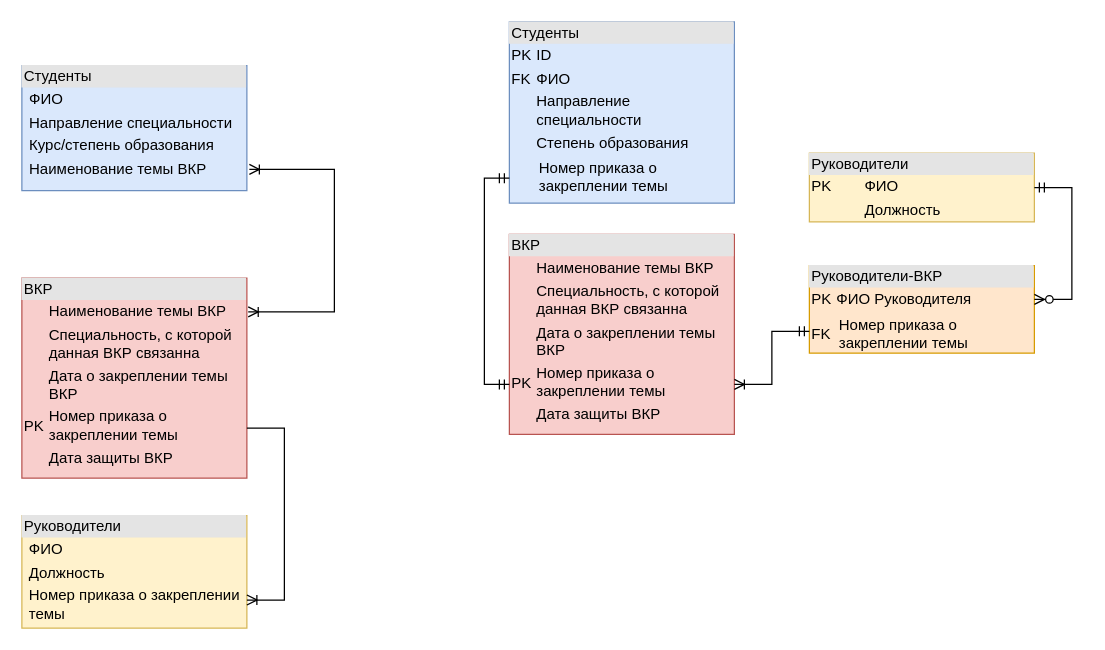
Before: Летняя практика 2023.drawio in Sandwich9976/API-s, a draw.io diagram. Source tidied: cells renumbered, new cells numbered last; positions are measured from the earlier drawing's top-left corner, leaving out a move shared by most shapes. Both pictures are drawn from the tidied source at 125%, with x=0, y=0 at pixel (21, 21).
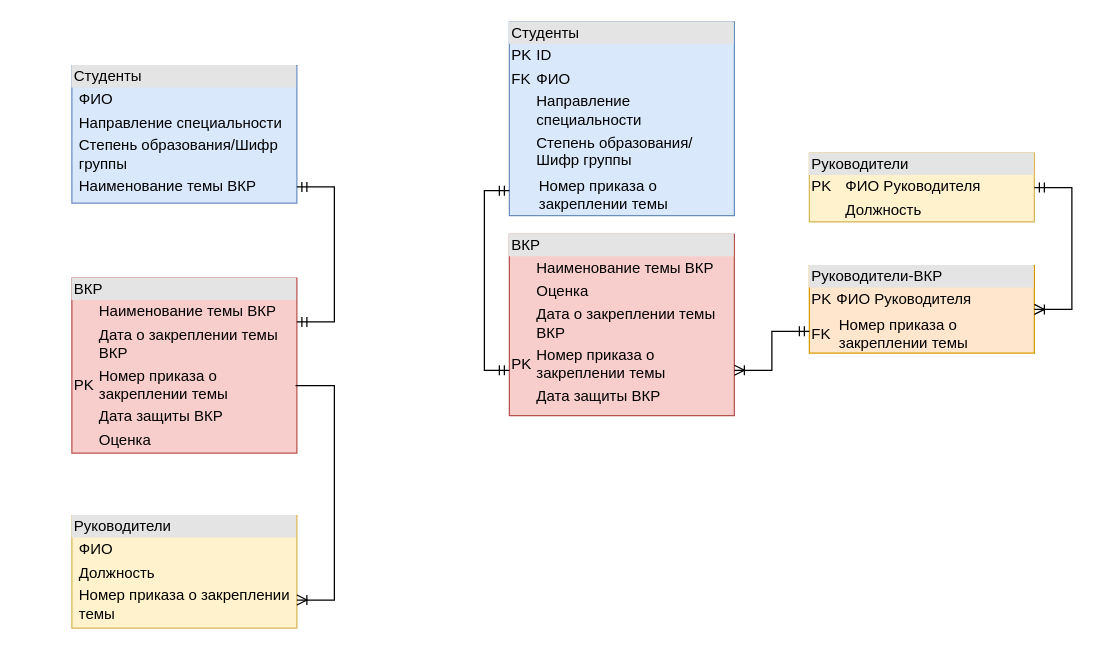
Above is the later version.

Diff of the diagram source:
```diff
@@
 <mxGraphModel>
   <root>
     <mxCell id="0" />
     <mxCell id="1" parent="0" />
-    <mxCell id="2" value="&lt;div style=&quot;box-sizing:border-box;width:100%;background:#e4e4e4;padding:2px;&quot;&gt;Студенты&lt;/div&gt;&lt;table style=&quot;width:100%;font-size:1em;&quot; cellpadding=&quot;2&quot; cellspacing=&quot;0&quot;&gt;&lt;tbody&gt;&lt;tr&gt;&lt;td&gt;&lt;br&gt;&lt;/td&gt;&lt;td&gt;ФИО&lt;br&gt;&lt;/td&gt;&lt;/tr&gt;&lt;tr&gt;&lt;td&gt;&lt;br&gt;&lt;/td&gt;&lt;td&gt;Направление специальности&lt;br&gt;&lt;/td&gt;&lt;/tr&gt;&lt;tr&gt;&lt;td&gt;&lt;/td&gt;&lt;td&gt;Курс/степень образования&lt;br&gt;&lt;/td&gt;&lt;/tr&gt;&lt;tr&gt;&lt;td&gt;&lt;br&gt;&lt;/td&gt;&lt;td&gt;Наименование темы ВКР&lt;br&gt;&lt;/td&gt;&lt;/tr&gt;&lt;/tbody&gt;&lt;/table&gt;" style="verticalAlign=top;align=left;overflow=fill;html=1;whiteSpace=wrap;fillColor=#dae8fc;strokeColor=#6c8ebf;" parent="1" vertex="1">
-      <mxGeometry y="35" width="180" height="100" as="geometry" />
+    <mxCell id="2" value="&lt;div style=&quot;box-sizing:border-box;width:100%;background:#e4e4e4;padding:2px;&quot;&gt;Студенты&lt;/div&gt;&lt;table style=&quot;width:100%;font-size:1em;&quot; cellpadding=&quot;2&quot; cellspacing=&quot;0&quot;&gt;&lt;tbody&gt;&lt;tr&gt;&lt;td&gt;&lt;br&gt;&lt;/td&gt;&lt;td&gt;ФИО&lt;br&gt;&lt;/td&gt;&lt;/tr&gt;&lt;tr&gt;&lt;td&gt;&lt;br&gt;&lt;/td&gt;&lt;td&gt;Направление специальности&lt;br&gt;&lt;/td&gt;&lt;/tr&gt;&lt;tr&gt;&lt;td&gt;&lt;/td&gt;&lt;td&gt;Cтепень образования/Шифр группы&lt;br&gt;&lt;/td&gt;&lt;/tr&gt;&lt;tr&gt;&lt;td&gt;&lt;br&gt;&lt;/td&gt;&lt;td&gt;Наименование темы ВКР&lt;br&gt;&lt;/td&gt;&lt;/tr&gt;&lt;/tbody&gt;&lt;/table&gt;" style="verticalAlign=top;align=left;overflow=fill;html=1;whiteSpace=wrap;fillColor=#dae8fc;strokeColor=#6c8ebf;" parent="1" vertex="1">
+      <mxGeometry x="40" y="35" width="180" height="110" as="geometry" />
     </mxCell>
     <mxCell id="3" value="&lt;div style=&quot;box-sizing:border-box;width:100%;background:#e4e4e4;padding:2px;&quot;&gt;Руководители&lt;/div&gt;&lt;table style=&quot;width:100%;font-size:1em;&quot; cellpadding=&quot;2&quot; cellspacing=&quot;0&quot;&gt;&lt;tbody&gt;&lt;tr&gt;&lt;td&gt;&lt;br&gt;&lt;/td&gt;&lt;td&gt;ФИО&lt;br&gt;&lt;/td&gt;&lt;/tr&gt;&lt;tr&gt;&lt;td&gt;&lt;br&gt;&lt;/td&gt;&lt;td&gt;Должность&lt;br&gt;&lt;/td&gt;&lt;/tr&gt;&lt;tr&gt;&lt;td&gt;&lt;/td&gt;&lt;td&gt;Номер приказа о закреплении темы&lt;br&gt;&lt;/td&gt;&lt;/tr&gt;&lt;/tbody&gt;&lt;/table&gt;" style="verticalAlign=top;align=left;overflow=fill;html=1;whiteSpace=wrap;fillColor=#fff2cc;strokeColor=#d6b656;" parent="1" vertex="1">
-      <mxGeometry y="395" width="180" height="90" as="geometry" />
+      <mxGeometry x="40" y="395" width="180" height="90" as="geometry" />
     </mxCell>
-    <mxCell id="4" value="&lt;div style=&quot;box-sizing:border-box;width:100%;background:#e4e4e4;padding:2px;&quot;&gt;ВКР&lt;br&gt;&lt;/div&gt;&lt;table style=&quot;width:100%;font-size:1em;&quot; cellpadding=&quot;2&quot; cellspacing=&quot;0&quot;&gt;&lt;tbody&gt;&lt;tr&gt;&lt;td&gt;&lt;br&gt;&lt;/td&gt;&lt;td&gt;Наименование темы ВКР&lt;br&gt;&lt;/td&gt;&lt;/tr&gt;&lt;tr&gt;&lt;td&gt;&lt;br&gt;&lt;/td&gt;&lt;td&gt;Специальность, с которой данная ВКР связанна&lt;br&gt;&lt;/td&gt;&lt;/tr&gt;&lt;tr&gt;&lt;td&gt;&lt;br&gt;&lt;/td&gt;&lt;td&gt;Дата о закреплении темы ВКР&lt;br&gt;&lt;/td&gt;&lt;/tr&gt;&lt;tr&gt;&lt;td&gt;PK&lt;br&gt;&lt;/td&gt;&lt;td&gt;Номер приказа о закреплении темы&lt;/td&gt;&lt;/tr&gt;&lt;tr&gt;&lt;td&gt;&lt;br&gt;&lt;/td&gt;&lt;td&gt;Дата защиты ВКР&lt;br&gt;&lt;/td&gt;&lt;/tr&gt;&lt;/tbody&gt;&lt;/table&gt;" style="verticalAlign=top;align=left;overflow=fill;html=1;whiteSpace=wrap;fillColor=#f8cecc;strokeColor=#b85450;" parent="1" vertex="1">
-      <mxGeometry y="205" width="180" height="160" as="geometry" />
+    <mxCell id="4" value="&lt;div style=&quot;box-sizing:border-box;width:100%;background:#e4e4e4;padding:2px;&quot;&gt;ВКР&lt;br&gt;&lt;/div&gt;&lt;table style=&quot;width:100%;font-size:1em;&quot; cellpadding=&quot;2&quot; cellspacing=&quot;0&quot;&gt;&lt;tbody&gt;&lt;tr&gt;&lt;td&gt;&lt;br&gt;&lt;/td&gt;&lt;td&gt;Наименование темы ВКР&lt;br&gt;&lt;/td&gt;&lt;/tr&gt;&lt;tr&gt;&lt;td&gt;&lt;br&gt;&lt;/td&gt;&lt;td&gt;Дата о закреплении темы ВКР&lt;br&gt;&lt;/td&gt;&lt;/tr&gt;&lt;tr&gt;&lt;td&gt;PK&lt;br&gt;&lt;/td&gt;&lt;td&gt;Номер приказа о закреплении темы&lt;/td&gt;&lt;/tr&gt;&lt;tr&gt;&lt;td&gt;&lt;br&gt;&lt;/td&gt;&lt;td&gt;Дата защиты ВКР&lt;br&gt;&lt;/td&gt;&lt;/tr&gt;&lt;tr&gt;&lt;td&gt;&lt;br&gt;&lt;/td&gt;&lt;td&gt;Оценка&lt;br&gt;&lt;/td&gt;&lt;/tr&gt;&lt;/tbody&gt;&lt;/table&gt;" style="verticalAlign=top;align=left;overflow=fill;html=1;whiteSpace=wrap;fillColor=#f8cecc;strokeColor=#b85450;" parent="1" vertex="1">
+      <mxGeometry x="40" y="205" width="180" height="140" as="geometry" />
     </mxCell>
-    <mxCell id="5" style="edgeStyle=orthogonalEdgeStyle;fontSize=12;html=1;endArrow=ERoneToMany;startArrow=ERoneToMany;rounded=0;entryX=1.011;entryY=0.83;entryDx=0;entryDy=0;entryPerimeter=0;exitX=1.006;exitY=0.169;exitDx=0;exitDy=0;exitPerimeter=0;" parent="1" edge="1" source="4" target="2">
-      <mxGeometry relative="1" as="geometry">
-        <Array as="points">
-          <mxPoint x="250" y="232" />
-          <mxPoint x="250" y="118" />
-        </Array>
-      </mxGeometry>
-    </mxCell>
-    <mxCell id="6" style="edgeStyle=entityRelationEdgeStyle;fontSize=12;html=1;endArrow=ERoneToMany;rounded=0;exitX=1;exitY=0.75;exitDx=0;exitDy=0;entryX=1;entryY=0.75;entryDx=0;entryDy=0;" parent="1" edge="1" source="4" target="3">
-      <mxGeometry relative="1" as="geometry" />
+    <mxCell id="6" style="fontSize=12;html=1;endArrow=ERoneToMany;rounded=0;entryX=1;entryY=0.75;entryDx=0;entryDy=0;exitX=0.994;exitY=0.614;exitDx=0;exitDy=0;exitPerimeter=0;edgeStyle=orthogonalEdgeStyle;" parent="1" edge="1" source="4" target="3">
+      <mxGeometry relative="1" as="geometry">
+        <Array as="points">
+          <mxPoint x="250" y="291" />
+          <mxPoint x="250" y="463" />
+        </Array>
+      </mxGeometry>
     </mxCell>
-    <mxCell id="7" value="&lt;div style=&quot;box-sizing:border-box;width:100%;background:#e4e4e4;padding:2px;&quot;&gt;Студенты&lt;/div&gt;&lt;table style=&quot;width:100%;font-size:1em;&quot; cellpadding=&quot;2&quot; cellspacing=&quot;0&quot;&gt;&lt;tbody&gt;&lt;tr&gt;&lt;td&gt;PK&lt;br&gt;&lt;/td&gt;&lt;td&gt;ID&lt;br&gt;&lt;/td&gt;&lt;/tr&gt;&lt;tr&gt;&lt;td&gt;FK&lt;br&gt;&lt;/td&gt;&lt;td&gt;ФИО&lt;br&gt;&lt;/td&gt;&lt;/tr&gt;&lt;tr&gt;&lt;td&gt;&lt;br&gt;&lt;/td&gt;&lt;td&gt;Направление специальности&lt;br&gt;&lt;/td&gt;&lt;/tr&gt;&lt;tr&gt;&lt;td&gt;&lt;/td&gt;&lt;td&gt;Степень образования&lt;br&gt;&lt;/td&gt;&lt;/tr&gt;&lt;tr&gt;&lt;td&gt;&lt;br&gt;&lt;/td&gt;&lt;td&gt;&lt;table cellpadding=&quot;2&quot; cellspacing=&quot;0&quot;&gt;&lt;tbody&gt;&lt;tr&gt;&lt;td&gt;Номер приказа о закреплении темы&lt;/td&gt;&lt;/tr&gt;&lt;/tbody&gt;&lt;/table&gt;&lt;/td&gt;&lt;/tr&gt;&lt;/tbody&gt;&lt;/table&gt;" style="verticalAlign=top;align=left;overflow=fill;html=1;whiteSpace=wrap;fillColor=#dae8fc;strokeColor=#6c8ebf;" parent="1" vertex="1">
-      <mxGeometry x="390" width="180" height="145" as="geometry" />
+    <mxCell id="7" value="&lt;div style=&quot;box-sizing:border-box;width:100%;background:#e4e4e4;padding:2px;&quot;&gt;Студенты&lt;/div&gt;&lt;table style=&quot;width:100%;font-size:1em;&quot; cellpadding=&quot;2&quot; cellspacing=&quot;0&quot;&gt;&lt;tbody&gt;&lt;tr&gt;&lt;td&gt;PK&lt;br&gt;&lt;/td&gt;&lt;td&gt;ID&lt;br&gt;&lt;/td&gt;&lt;/tr&gt;&lt;tr&gt;&lt;td&gt;FK&lt;br&gt;&lt;/td&gt;&lt;td&gt;ФИО&lt;br&gt;&lt;/td&gt;&lt;/tr&gt;&lt;tr&gt;&lt;td&gt;&lt;br&gt;&lt;/td&gt;&lt;td&gt;Направление специальности&lt;br&gt;&lt;/td&gt;&lt;/tr&gt;&lt;tr&gt;&lt;td&gt;&lt;/td&gt;&lt;td&gt;Cтепень образования/Шифр группы&lt;/td&gt;&lt;/tr&gt;&lt;tr&gt;&lt;td&gt;&lt;br&gt;&lt;/td&gt;&lt;td&gt;&lt;table cellpadding=&quot;2&quot; cellspacing=&quot;0&quot;&gt;&lt;tbody&gt;&lt;tr&gt;&lt;td&gt;Номер приказа о закреплении темы&lt;/td&gt;&lt;/tr&gt;&lt;/tbody&gt;&lt;/table&gt;&lt;/td&gt;&lt;/tr&gt;&lt;/tbody&gt;&lt;/table&gt;" style="verticalAlign=top;align=left;overflow=fill;html=1;whiteSpace=wrap;fillColor=#dae8fc;strokeColor=#6c8ebf;" parent="1" vertex="1">
+      <mxGeometry x="390" width="180" height="155" as="geometry" />
     </mxCell>
-    <mxCell id="8" value="&lt;div style=&quot;box-sizing:border-box;width:100%;background:#e4e4e4;padding:2px;&quot;&gt;Руководители&lt;/div&gt;&lt;table style=&quot;width:100%;font-size:1em;&quot; cellpadding=&quot;2&quot; cellspacing=&quot;0&quot;&gt;&lt;tbody&gt;&lt;tr&gt;&lt;td&gt;PK&lt;br&gt;&lt;/td&gt;&lt;td&gt;ФИО&lt;br&gt;&lt;/td&gt;&lt;/tr&gt;&lt;tr&gt;&lt;td&gt;&lt;br&gt;&lt;/td&gt;&lt;td&gt;Должность&lt;br&gt;&lt;/td&gt;&lt;/tr&gt;&lt;/tbody&gt;&lt;/table&gt;" style="verticalAlign=top;align=left;overflow=fill;html=1;whiteSpace=wrap;fillColor=#fff2cc;strokeColor=#d6b656;" parent="1" vertex="1">
+    <mxCell id="8" value="&lt;div style=&quot;box-sizing:border-box;width:100%;background:#e4e4e4;padding:2px;&quot;&gt;Руководители&lt;/div&gt;&lt;table style=&quot;width:100%;font-size:1em;&quot; cellpadding=&quot;2&quot; cellspacing=&quot;0&quot;&gt;&lt;tbody&gt;&lt;tr&gt;&lt;td&gt;PK&lt;br&gt;&lt;/td&gt;&lt;td&gt;ФИО Руководителя&lt;br&gt;&lt;/td&gt;&lt;/tr&gt;&lt;tr&gt;&lt;td&gt;&lt;br&gt;&lt;/td&gt;&lt;td&gt;Должность&lt;br&gt;&lt;/td&gt;&lt;/tr&gt;&lt;/tbody&gt;&lt;/table&gt;" style="verticalAlign=top;align=left;overflow=fill;html=1;whiteSpace=wrap;fillColor=#fff2cc;strokeColor=#d6b656;" parent="1" vertex="1">
       <mxGeometry x="630" y="105" width="180" height="55" as="geometry" />
     </mxCell>
-    <mxCell id="9" value="&lt;div style=&quot;box-sizing:border-box;width:100%;background:#e4e4e4;padding:2px;&quot;&gt;ВКР&lt;br&gt;&lt;/div&gt;&lt;table style=&quot;width:100%;font-size:1em;&quot; cellpadding=&quot;2&quot; cellspacing=&quot;0&quot;&gt;&lt;tbody&gt;&lt;tr&gt;&lt;td&gt;&lt;br&gt;&lt;/td&gt;&lt;td&gt;Наименование темы ВКР&lt;br&gt;&lt;/td&gt;&lt;/tr&gt;&lt;tr&gt;&lt;td&gt;&lt;br&gt;&lt;/td&gt;&lt;td&gt;Специальность, с которой данная ВКР связанна&lt;br&gt;&lt;/td&gt;&lt;/tr&gt;&lt;tr&gt;&lt;td&gt;&lt;br&gt;&lt;/td&gt;&lt;td&gt;Дата о закреплении темы ВКР&lt;br&gt;&lt;/td&gt;&lt;/tr&gt;&lt;tr&gt;&lt;td&gt;PK&lt;br&gt;&lt;/td&gt;&lt;td&gt;Номер приказа о закреплении темы&lt;/td&gt;&lt;/tr&gt;&lt;tr&gt;&lt;td&gt;&lt;br&gt;&lt;/td&gt;&lt;td&gt;Дата защиты ВКР&lt;br&gt;&lt;/td&gt;&lt;/tr&gt;&lt;/tbody&gt;&lt;/table&gt;" style="verticalAlign=top;align=left;overflow=fill;html=1;whiteSpace=wrap;fillColor=#f8cecc;strokeColor=#b85450;" parent="1" vertex="1">
-      <mxGeometry x="390" y="170" width="180" height="160" as="geometry" />
+    <mxCell id="9" value="&lt;div style=&quot;box-sizing:border-box;width:100%;background:#e4e4e4;padding:2px;&quot;&gt;ВКР&lt;br&gt;&lt;/div&gt;&lt;table style=&quot;width:100%;font-size:1em;&quot; cellpadding=&quot;2&quot; cellspacing=&quot;0&quot;&gt;&lt;tbody&gt;&lt;tr&gt;&lt;td&gt;&lt;br&gt;&lt;/td&gt;&lt;td&gt;Наименование темы ВКР&lt;br&gt;&lt;/td&gt;&lt;/tr&gt;&lt;tr&gt;&lt;td&gt;&lt;br&gt;&lt;/td&gt;&lt;td&gt;Оценка&lt;br&gt;&lt;/td&gt;&lt;/tr&gt;&lt;tr&gt;&lt;td&gt;&lt;br&gt;&lt;/td&gt;&lt;td&gt;Дата о закреплении темы ВКР&lt;br&gt;&lt;/td&gt;&lt;/tr&gt;&lt;tr&gt;&lt;td&gt;PK&lt;br&gt;&lt;/td&gt;&lt;td&gt;Номер приказа о закреплении темы&lt;/td&gt;&lt;/tr&gt;&lt;tr&gt;&lt;td&gt;&lt;br&gt;&lt;/td&gt;&lt;td&gt;Дата защиты ВКР&lt;br&gt;&lt;/td&gt;&lt;/tr&gt;&lt;/tbody&gt;&lt;/table&gt;" style="verticalAlign=top;align=left;overflow=fill;html=1;whiteSpace=wrap;fillColor=#f8cecc;strokeColor=#b85450;" parent="1" vertex="1">
+      <mxGeometry x="390" y="170" width="180" height="145" as="geometry" />
     </mxCell>
     <mxCell id="10" value="&lt;div style=&quot;box-sizing:border-box;width:100%;background:#e4e4e4;padding:2px;&quot;&gt;Руководители-ВКР&lt;/div&gt;&lt;table style=&quot;width:100%;font-size:1em;&quot; cellpadding=&quot;2&quot; cellspacing=&quot;0&quot;&gt;&lt;tbody&gt;&lt;tr&gt;&lt;td&gt;PK&lt;br&gt;&lt;/td&gt;&lt;td&gt;ФИО Руководителя&lt;br&gt;&lt;/td&gt;&lt;/tr&gt;&lt;tr&gt;&lt;td&gt;FK&lt;br&gt;&lt;/td&gt;&lt;td&gt;&lt;table cellpadding=&quot;2&quot; cellspacing=&quot;0&quot;&gt;&lt;tbody&gt;&lt;tr&gt;&lt;td&gt;Номер приказа о закреплении темы&lt;/td&gt;&lt;/tr&gt;&lt;/tbody&gt;&lt;/table&gt;&lt;/td&gt;&lt;/tr&gt;&lt;/tbody&gt;&lt;/table&gt;" style="verticalAlign=top;align=left;overflow=fill;html=1;whiteSpace=wrap;fillColor=#ffe6cc;strokeColor=#d79b00;" parent="1" vertex="1">
       <mxGeometry x="630" y="195" width="180" height="70" as="geometry" />
     </mxCell>
     <mxCell id="11" style="edgeStyle=orthogonalEdgeStyle;fontSize=12;html=1;endArrow=ERmandOne;startArrow=ERmandOne;rounded=0;exitX=0;exitY=0.75;exitDx=0;exitDy=0;" parent="1" edge="1" source="9" target="7">
       <mxGeometry relative="1" as="geometry">
         <Array as="points">
-          <mxPoint x="370" y="290" />
-          <mxPoint x="370" y="125" />
+          <mxPoint x="370" y="279" />
+          <mxPoint x="370" y="135" />
         </Array>
       </mxGeometry>
     </mxCell>
     <mxCell id="12" style="edgeStyle=entityRelationEdgeStyle;fontSize=12;html=1;endArrow=ERoneToMany;startArrow=ERmandOne;rounded=0;exitX=0;exitY=0.75;exitDx=0;exitDy=0;entryX=1;entryY=0.75;entryDx=0;entryDy=0;" parent="1" edge="1" source="10" target="9">
       <mxGeometry relative="1" as="geometry" />
     </mxCell>
+    <mxCell id="5" style="edgeStyle=entityRelationEdgeStyle;fontSize=12;html=1;endArrow=ERmandOne;startArrow=ERmandOne;rounded=0;entryX=1;entryY=0.882;entryDx=0;entryDy=0;exitX=1;exitY=0.25;exitDx=0;exitDy=0;entryPerimeter=0;" parent="1" edge="1" source="4" target="2">
+      <mxGeometry relative="1" as="geometry">
+        <Array as="points">
+          <mxPoint x="230" y="155" />
+        </Array>
+      </mxGeometry>
+    </mxCell>
-    <mxCell id="13" style="edgeStyle=entityRelationEdgeStyle;fontSize=12;html=1;endArrow=ERzeroToMany;startArrow=ERmandOne;rounded=0;exitX=1;exitY=0.5;exitDx=0;exitDy=0;entryX=1;entryY=0.386;entryDx=0;entryDy=0;entryPerimeter=0;" parent="1" edge="1" source="8" target="10">
+    <mxCell id="13" style="edgeStyle=entityRelationEdgeStyle;fontSize=12;html=1;endArrow=ERoneToMany;startArrow=ERmandOne;rounded=0;exitX=1;exitY=0.5;exitDx=0;exitDy=0;entryX=1;entryY=0.5;entryDx=0;entryDy=0;" parent="1" edge="1" source="8" target="10">
       <mxGeometry relative="1" as="geometry" />
     </mxCell>
   </root>
 </mxGraphModel>
```
